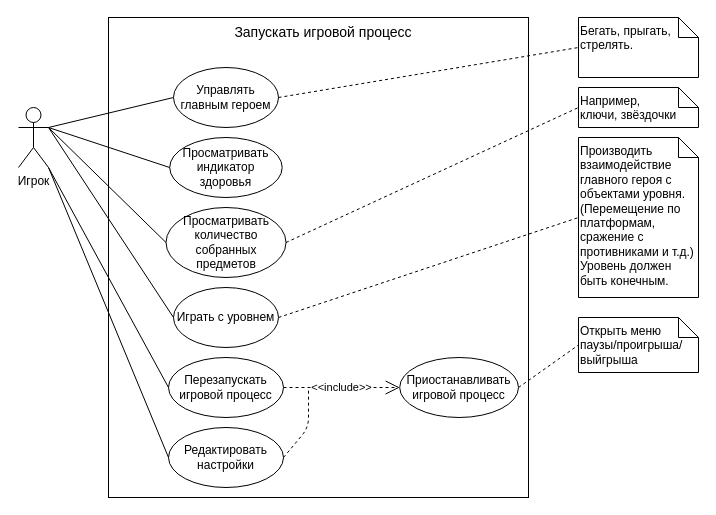
The draw.io diagram page "play" (2 of 3) of doc/use-case/use-case.drawio in itfray/GameGrinch2D, before the edit. Source tidied: cells renumbered, new cells numbered last; positions are measured from the earlier drawing's top-left corner, leaving out a move shared by most shapes. Both pictures are drawn from the tidied source at 100%, with x=0, y=0 at pixel (18, 17).
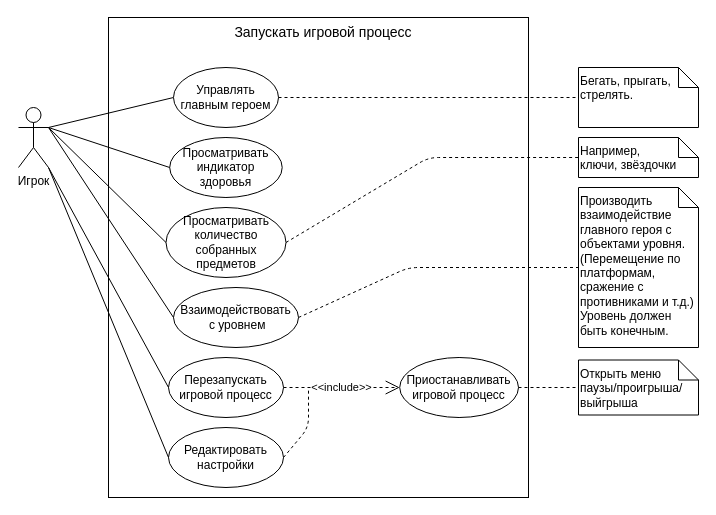
The same diagram, later.

Unchanged cells that the change refers to:
```xml
<mxCell id="18" value="Производить взаимодействие главного героя с объектами уровня. (Перемещение по платформам, сражение с противниками и т.д.)&lt;br&gt;Уровень должен быть конечным." style="text;html=1;strokeColor=none;fillColor=none;align=left;verticalAlign=top;whiteSpace=wrap;rounded=0;" parent="16" vertex="1">
  <mxGeometry width="120" height="160" as="geometry" />
</mxCell>
<mxCell id="30" value="Просматривать количество &lt;br&gt;собранных &lt;br&gt;предметов" style="ellipse;whiteSpace=wrap;html=1;" parent="1" vertex="1">
  <mxGeometry x="147.5" y="190" width="120" height="70" as="geometry" />
</mxCell>
<mxCell id="34" value="Например, &lt;br&gt;ключи, звёздочки" style="text;html=1;strokeColor=none;fillColor=none;align=left;verticalAlign=top;whiteSpace=wrap;rounded=0;" parent="32" vertex="1">
  <mxGeometry width="120" height="40" as="geometry" />
</mxCell>
```

The edit, as a diff of the source:
```diff
@@
-    <mxCell id="7" value="Играть с уровнем" style="ellipse;whiteSpace=wrap;html=1;" parent="1" vertex="1">
-      <mxGeometry x="155" y="270" width="105" height="60" as="geometry" />
+    <mxCell id="7" value="Взаимодействовать&lt;br&gt;&amp;nbsp;с уровнем" style="ellipse;whiteSpace=wrap;html=1;" parent="1" vertex="1">
+      <mxGeometry x="155" y="270" width="125" height="60" as="geometry" />
     </mxCell>
@@
     <mxCell id="13" style="group;" parent="1" vertex="1">
-      <mxGeometry x="560" width="120" height="60" as="geometry" />
+      <mxGeometry x="560" y="50" width="120" height="60" as="geometry" />
     </mxCell>
@@
     <mxCell id="16" style="group;" parent="1" vertex="1">
-      <mxGeometry x="560" y="120" width="120" height="160" as="geometry" />
+      <mxGeometry x="560" y="170" width="120" height="160" as="geometry" />
     </mxCell>
@@
     <mxCell id="19" style="group;" parent="1" vertex="1">
-      <mxGeometry x="560" y="300" width="120" height="55" as="geometry" />
+      <mxGeometry x="560" y="342.5" width="120" height="55" as="geometry" />
     </mxCell>
@@
     <mxCell id="29" style="endArrow=none;dashed=1;html=1;exitX=1;exitY=0.5;exitDx=0;exitDy=0;entryX=0;entryY=0.5;entryDx=0;entryDy=0;" parent="1" edge="1" source="7" target="18">
-      <mxGeometry relative="1" as="geometry" />
+      <mxGeometry relative="1" as="geometry">
+        <Array as="points">
+          <mxPoint x="390" y="250" />
+        </Array>
+      </mxGeometry>
     </mxCell>
@@
     <mxCell id="32" style="group;" parent="1" vertex="1">
-      <mxGeometry x="560" y="70" width="120" height="40" as="geometry" />
+      <mxGeometry x="560" y="120" width="120" height="40" as="geometry" />
     </mxCell>
@@
     <mxCell id="35" style="endArrow=none;dashed=1;html=1;exitX=1;exitY=0.5;exitDx=0;exitDy=0;entryX=0;entryY=0.5;entryDx=0;entryDy=0;" parent="1" edge="1" source="30" target="34">
-      <mxGeometry relative="1" as="geometry" />
+      <mxGeometry relative="1" as="geometry">
+        <Array as="points">
+          <mxPoint x="410" y="140" />
+        </Array>
+      </mxGeometry>
     </mxCell>
```
